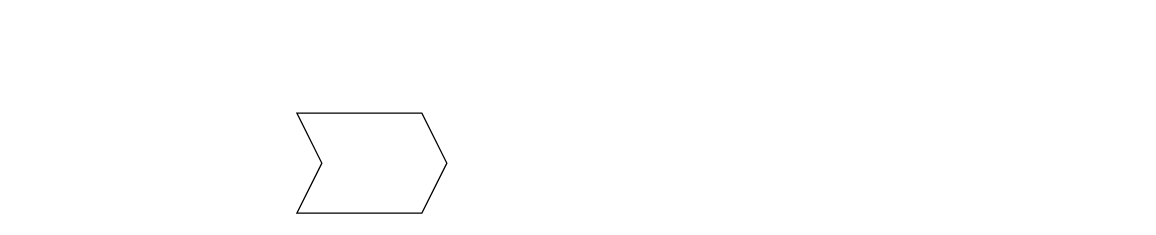
This is Draw.io diagrams/leechseed enterprise pipeline.drawio from leechseed/leechseed2, a draw.io file, before an edit. Source tidied: cells renumbered, new cells numbered last; positions are measured from the earlier drawing's top-left corner, leaving out a move shared by most shapes. Both pictures are drawn from the tidied source at 125%, with x=0, y=0 at pixel (296, 112).
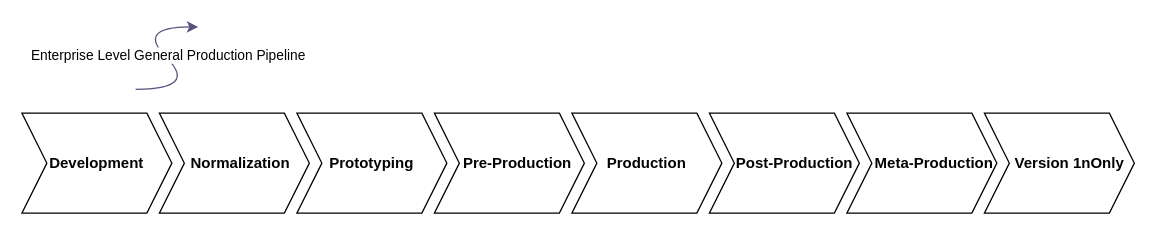
The same page after the edit.

Change to the diagram source:
```diff
@@
-<mxGraphModel>
+<mxGraphModel background="#FFFFFF">
   <root>
     <mxCell id="0" />
     <mxCell id="1" parent="0" />
-    <mxCell id="2" style="shape=step;perimeter=stepPerimeter;whiteSpace=wrap;html=1;fixedSize=1;" parent="1" vertex="1">
+    <mxCell id="2" value="&lt;div style=&quot;&quot;&gt;&lt;span style=&quot;background-color: initial;&quot;&gt;Prototyping&lt;/span&gt;&lt;/div&gt;" style="shape=step;perimeter=stepPerimeter;whiteSpace=wrap;html=1;fixedSize=1;align=center;fillColor=none;fontStyle=1;fontColor=#030303;strokeColor=#000000;" parent="1" vertex="1">
       <mxGeometry width="120" height="80" as="geometry" />
     </mxCell>
+    <mxCell id="3" value="Development" style="shape=step;perimeter=stepPerimeter;whiteSpace=wrap;html=1;fixedSize=1;fillColor=none;fontStyle=1;fontColor=#030303;strokeColor=#000000;" parent="1" vertex="1">
+      <mxGeometry x="-220" width="120" height="80" as="geometry" />
+    </mxCell>
+    <mxCell id="4" value="&amp;nbsp; &amp;nbsp;Normalization" style="shape=step;perimeter=stepPerimeter;whiteSpace=wrap;html=1;fixedSize=1;align=center;fillColor=none;fontStyle=1;fontColor=#030303;strokeColor=#000000;" parent="1" vertex="1">
+      <mxGeometry x="-110" width="120" height="80" as="geometry" />
+    </mxCell>
+    <mxCell id="5" value="&amp;nbsp; &amp;nbsp; Pre-Production" style="shape=step;perimeter=stepPerimeter;whiteSpace=wrap;html=1;fixedSize=1;fillColor=none;fontStyle=1;fontColor=#030303;strokeColor=#000000;" parent="1" vertex="1">
+      <mxGeometry x="110" width="120" height="80" as="geometry" />
+    </mxCell>
+    <mxCell id="6" value="Production" style="shape=step;perimeter=stepPerimeter;whiteSpace=wrap;html=1;fixedSize=1;fillColor=none;fontStyle=1;fontColor=#030303;strokeColor=#000000;" parent="1" vertex="1">
+      <mxGeometry x="220" width="120" height="80" as="geometry" />
+    </mxCell>
+    <mxCell id="7" value="&amp;nbsp; &amp;nbsp; &amp;nbsp;Version 1nOnly" style="shape=step;perimeter=stepPerimeter;whiteSpace=wrap;html=1;fixedSize=1;fillColor=none;fontStyle=1;fontColor=#030303;strokeColor=#000000;" parent="1" vertex="1">
+      <mxGeometry x="550" width="120" height="80" as="geometry" />
+    </mxCell>
+    <mxCell id="8" value="&amp;nbsp; &amp;nbsp; &amp;nbsp;Post-Production" style="shape=step;perimeter=stepPerimeter;whiteSpace=wrap;html=1;fixedSize=1;fillColor=none;fontStyle=1;fontColor=#030303;strokeColor=#000000;" parent="1" vertex="1">
+      <mxGeometry x="330" width="120" height="80" as="geometry" />
+    </mxCell>
+    <mxCell id="9" value="&amp;nbsp; &amp;nbsp; &amp;nbsp; Meta-Production" style="shape=step;perimeter=stepPerimeter;whiteSpace=wrap;html=1;fixedSize=1;fillColor=none;fontStyle=1;fontColor=#030303;strokeColor=#000000;" parent="1" vertex="1">
+      <mxGeometry x="440" width="120" height="80" as="geometry" />
+    </mxCell>
+    <mxCell id="10" style="curved=1;endArrow=classic;html=1;rounded=0;fillColor=#d0cee2;strokeColor=#56517e;" parent="1" edge="1">
+      <mxGeometry relative="1" as="geometry">
+        <mxPoint x="-129" y="-19" as="sourcePoint" />
+        <mxPoint x="-79" y="-69" as="targetPoint" />
+        <Array as="points">
+          <mxPoint x="-79" y="-19" />
+          <mxPoint x="-129" y="-69" />
+        </Array>
+      </mxGeometry>
+    </mxCell>
+    <mxCell id="11" value="Enterprise Level General Production Pipeline" style="edgeLabel;html=1;align=center;verticalAlign=middle;" parent="10" vertex="1">
+      <mxGeometry x="0.01" y="-3" relative="1" as="geometry">
+        <mxPoint x="-1" as="offset" />
+      </mxGeometry>
+    </mxCell>
   </root>
 </mxGraphModel>
```
